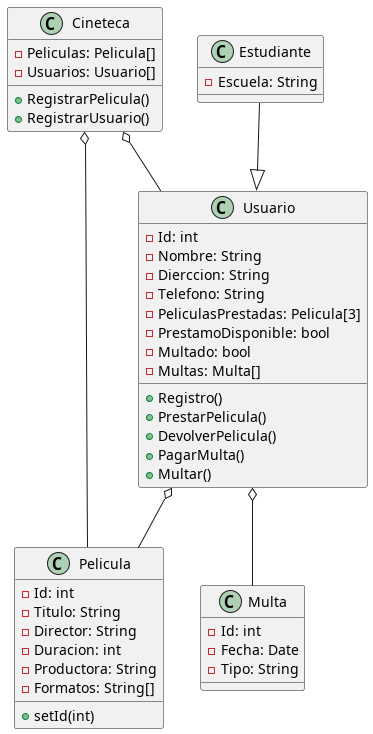
Above: Practica_2/UML_Diagrams/classes.png in supercentinel/MAC-POO (PlantUML), before the change. Its diagram source:
```plantuml
@startuml
class Cineteca {
    -Peliculas: Pelicula[]
    -Usuarios: Usuario[]
    +RegistrarPelicula()
    +RegistrarUsuario()
}

class Pelicula {
    -Id: int
    -Titulo: String
    -Director: String
    -Duracion: int
    -Productora: String
    -Formatos: String[]
    +setId(int)
}

class Estudiante {
    -Escuela: String
}

class Usuario {
    -Id: int
    -Nombre: String
    -Dierccion: String
    -Telefono: String
    -PeliculasPrestadas: Pelicula[3]
    -PrestamoDisponible: bool
    -Multado: bool
    -Multas: Multa[]
    +Registro()
    +PrestarPelicula()
    +DevolverPelicula()
    +PagarMulta()
    +Multar()
}

class Multa {
    -Id: int
    -Fecha: Date
    -Tipo: String
}

Cineteca o-- Pelicula
Cineteca o-- Usuario
Estudiante --|> Usuario
Usuario o-- Pelicula
Usuario o-- Multa
@enduml
```
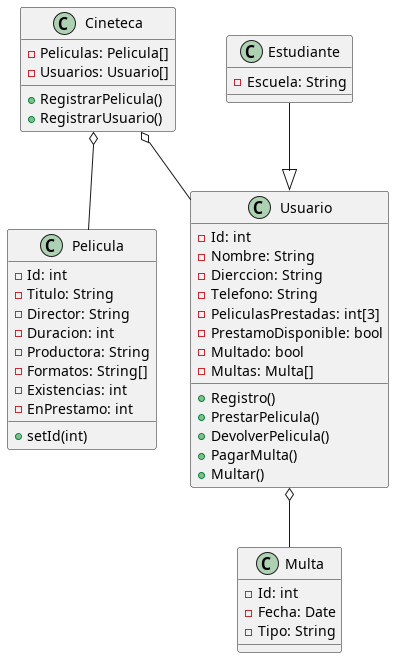
After the change.

Change to the diagram source:
```diff
@@ -13,6 +13,8 @@
     -Duracion: int
     -Productora: String
     -Formatos: String[]
+    -Existencias: int
+    -EnPrestamo: int
     +setId(int)
 }
 
@@ -25,7 +27,7 @@
     -Nombre: String
     -Dierccion: String
     -Telefono: String
-    -PeliculasPrestadas: Pelicula[3]
+    -PeliculasPrestadas: int[3]
     -PrestamoDisponible: bool
     -Multado: bool
     -Multas: Multa[]
@@ -45,6 +47,5 @@
 Cineteca o-- Pelicula
 Cineteca o-- Usuario
 Estudiante --|> Usuario
-Usuario o-- Pelicula
 Usuario o-- Multa
 @enduml
```
